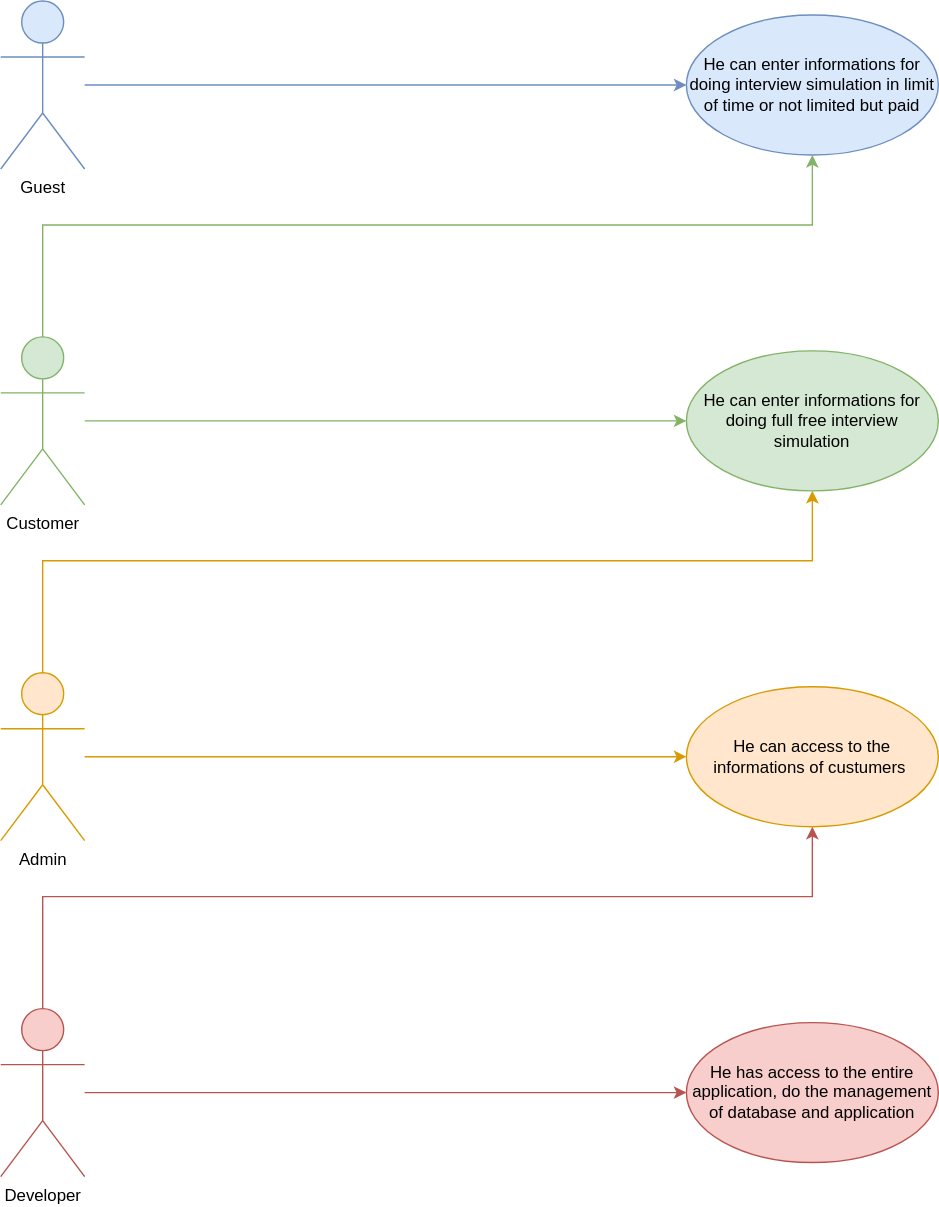
Before: UseCaseStage.drawio.svg, a diagram exported from draw.io (Ashura100/ProjetStage). Source tidied: cells renumbered, new cells last; positions are measured from the earlier drawing's top-left corner, leaving out a move shared by most shapes.
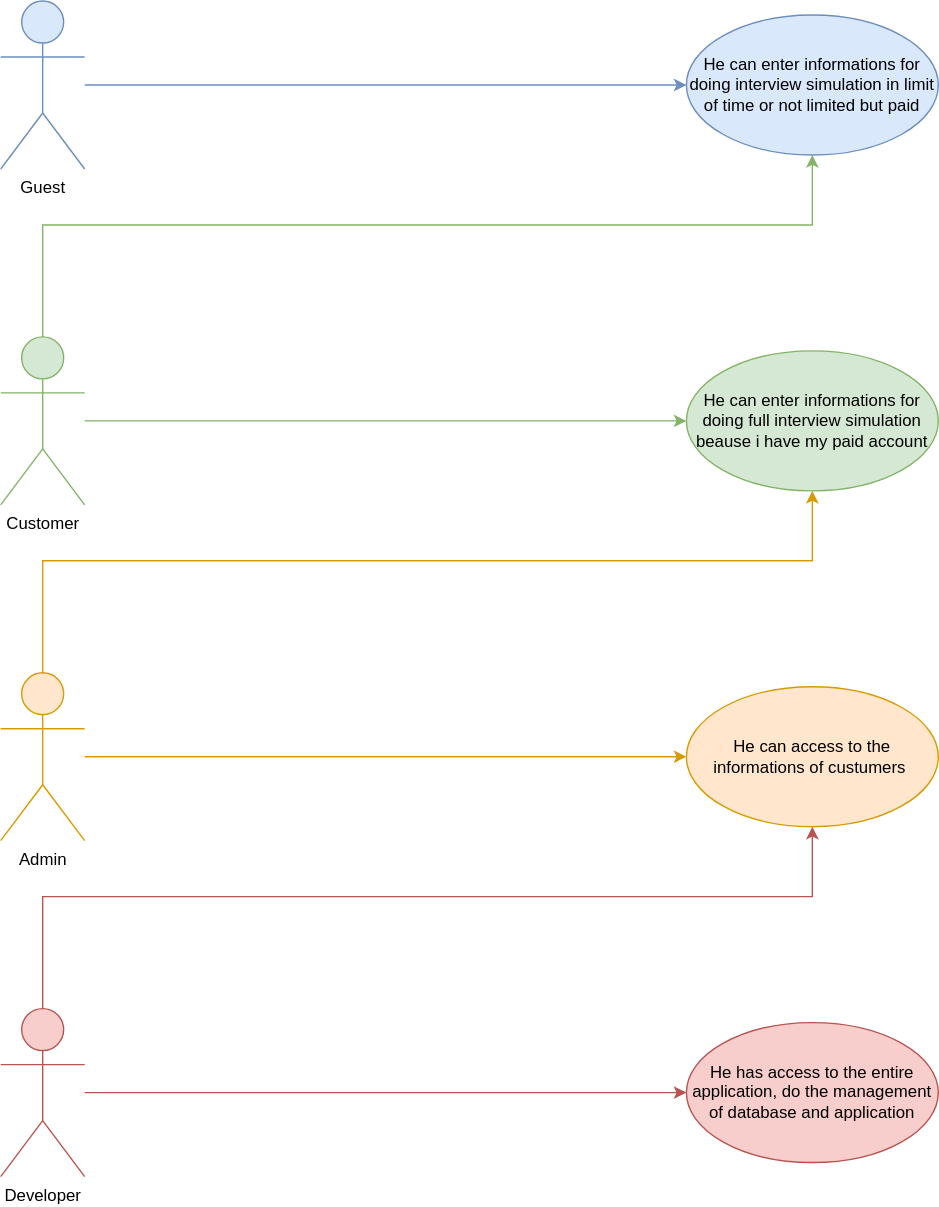
Later version of the same file.

Commit message:
Mettre à jour UseCaseStage.drawio.svg

What changed in the source:
```diff
@@ -53,7 +53,7 @@
     <mxCell id="13" value="He can enter informations for doing interview simulation in limit of time or not limited but paid" style="ellipse;whiteSpace=wrap;html=1;fillColor=#dae8fc;strokeColor=#6c8ebf;" parent="1" vertex="1">
       <mxGeometry x="490" y="10" width="180" height="100" as="geometry" />
     </mxCell>
-    <mxCell id="14" value="He can enter informations for doing full free interview simulation" style="ellipse;whiteSpace=wrap;html=1;fillColor=#d5e8d4;strokeColor=#82b366;" parent="1" vertex="1">
+    <mxCell id="14" value="He can enter informations for doing full interview simulation beause i have my paid account" style="ellipse;whiteSpace=wrap;html=1;fillColor=#d5e8d4;strokeColor=#82b366;" parent="1" vertex="1">
       <mxGeometry x="490" y="250" width="180" height="100" as="geometry" />
     </mxCell>
     <mxCell id="15" value="He can access to the informations of custumers&amp;nbsp;" style="ellipse;whiteSpace=wrap;html=1;fillColor=#ffe6cc;strokeColor=#d79b00;" parent="1" vertex="1">
```
